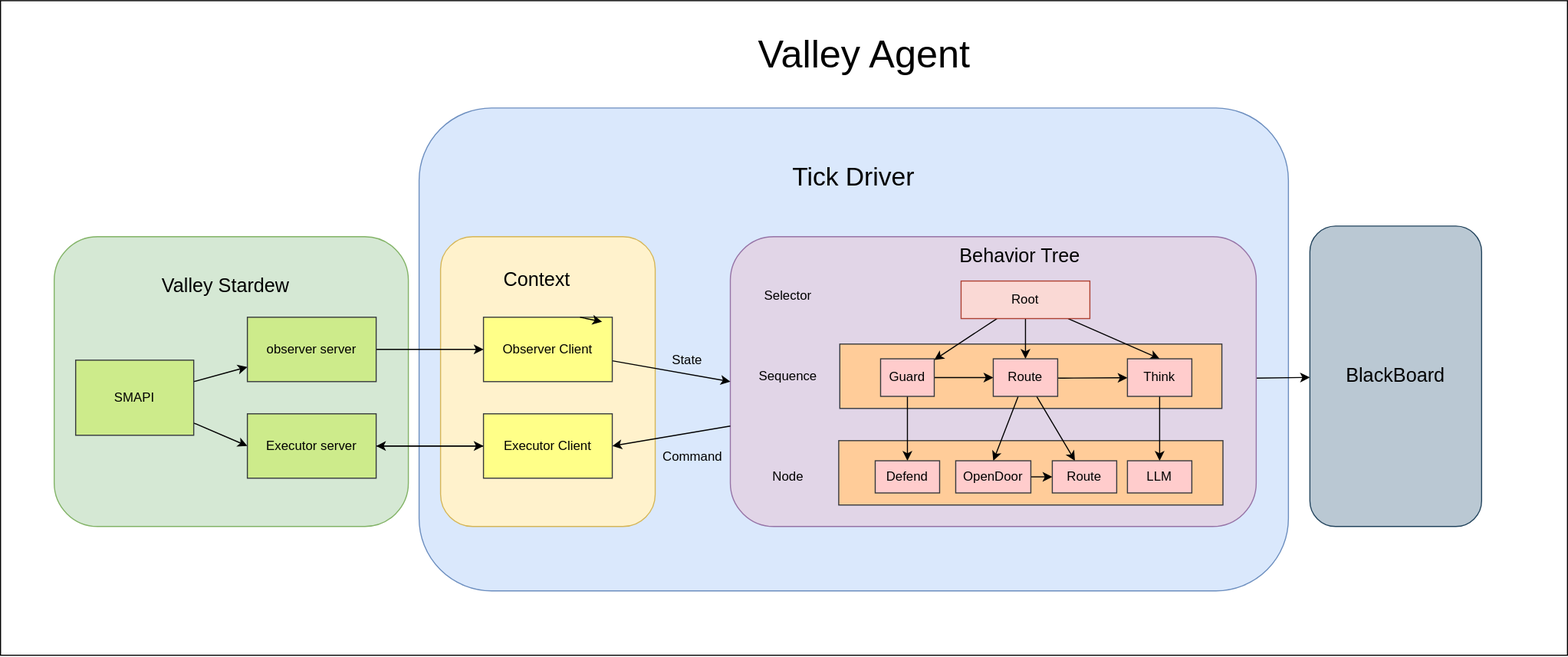
Earlier version of the draw.io export docs/structure.drawio.svg (lct01lct/valley-agent). Source tidied: cells renumbered, new cells last; positions are measured from the earlier drawing's top-left corner, leaving out a move shared by most shapes. Its diagram source:
```xml
<mxGraphModel>
  <root>
    <mxCell id="0" />
    <mxCell id="1" parent="0" />
    <mxCell id="2" style="rounded=0;whiteSpace=wrap;html=1;" parent="1" vertex="1">
      <mxGeometry width="1460" height="610" as="geometry" />
    </mxCell>
    <mxCell id="3" style="rounded=1;whiteSpace=wrap;html=1;fillColor=#dae8fc;strokeColor=#6c8ebf;" parent="1" vertex="1">
      <mxGeometry x="390" y="100" width="810" height="450" as="geometry" />
    </mxCell>
    <mxCell id="4" style="rounded=1;whiteSpace=wrap;html=1;fillColor=#d5e8d4;strokeColor=#82b366;" parent="1" vertex="1">
      <mxGeometry x="50" y="220" width="330" height="270" as="geometry" />
    </mxCell>
    <mxCell id="5" style="html=1;" parent="1" edge="1" source="6" target="11">
      <mxGeometry relative="1" as="geometry" />
    </mxCell>
    <mxCell id="6" style="rounded=1;whiteSpace=wrap;html=1;fillColor=#e1d5e7;strokeColor=#9673a6;" parent="1" vertex="1">
      <mxGeometry x="680" y="220" width="490" height="270" as="geometry" />
    </mxCell>
    <mxCell id="7" style="rounded=1;whiteSpace=wrap;html=1;fillColor=#fff2cc;strokeColor=#d6b656;" parent="1" vertex="1">
      <mxGeometry x="410" y="220" width="200" height="270" as="geometry" />
    </mxCell>
    <mxCell id="8" style="edgeStyle=none;html=1;entryX=0;entryY=0.5;entryDx=0;entryDy=0;" parent="1" edge="1" source="9" target="6">
      <mxGeometry relative="1" as="geometry" />
    </mxCell>
    <mxCell id="9" value="Observer Client" style="rounded=0;whiteSpace=wrap;html=1;fillColor=#ffff88;strokeColor=#36393d;" parent="1" vertex="1">
      <mxGeometry x="450" y="295" width="120" height="60" as="geometry" />
    </mxCell>
    <mxCell id="10" style="edgeStyle=none;html=1;entryX=1;entryY=0.5;entryDx=0;entryDy=0;" parent="1" edge="1" source="6" target="13">
      <mxGeometry relative="1" as="geometry" />
    </mxCell>
    <mxCell id="11" value="&lt;font style=&quot;font-size: 18px;&quot;&gt;BlackBoard&lt;/font&gt;" style="rounded=1;whiteSpace=wrap;html=1;fillColor=#bac8d3;strokeColor=#23445d;" parent="1" vertex="1">
      <mxGeometry x="1220" y="210" width="160" height="280" as="geometry" />
    </mxCell>
    <mxCell id="12" style="edgeStyle=none;html=1;" parent="1" edge="1" source="13" target="20">
      <mxGeometry relative="1" as="geometry" />
    </mxCell>
    <mxCell id="13" value="Executor Client" style="rounded=0;whiteSpace=wrap;html=1;fillColor=#ffff88;strokeColor=#36393d;" parent="1" vertex="1">
      <mxGeometry x="450" y="385" width="120" height="60" as="geometry" />
    </mxCell>
    <mxCell id="14" style="edgeStyle=none;html=1;" parent="1" edge="1" source="16" target="18">
      <mxGeometry relative="1" as="geometry" />
    </mxCell>
    <mxCell id="15" style="edgeStyle=none;html=1;entryX=0;entryY=0.5;entryDx=0;entryDy=0;" parent="1" edge="1" source="16" target="20">
      <mxGeometry relative="1" as="geometry" />
    </mxCell>
    <mxCell id="16" value="SMAPI&amp;nbsp;" style="rounded=0;whiteSpace=wrap;html=1;fillColor=#cdeb8b;strokeColor=#36393d;" parent="1" vertex="1">
      <mxGeometry x="70" y="335" width="110" height="70" as="geometry" />
    </mxCell>
    <mxCell id="17" style="edgeStyle=none;html=1;" parent="1" edge="1" source="18" target="9">
      <mxGeometry relative="1" as="geometry" />
    </mxCell>
    <mxCell id="18" value="observer server" style="rounded=0;whiteSpace=wrap;html=1;fillColor=#cdeb8b;strokeColor=#36393d;" parent="1" vertex="1">
      <mxGeometry x="230" y="295" width="120" height="60" as="geometry" />
    </mxCell>
    <mxCell id="19" style="edgeStyle=none;html=1;entryX=0;entryY=0.5;entryDx=0;entryDy=0;" parent="1" edge="1" source="20" target="13">
      <mxGeometry relative="1" as="geometry" />
    </mxCell>
    <mxCell id="20" value="Executor server" style="rounded=0;whiteSpace=wrap;html=1;fillColor=#cdeb8b;strokeColor=#36393d;" parent="1" vertex="1">
      <mxGeometry x="230" y="385" width="120" height="60" as="geometry" />
    </mxCell>
    <mxCell id="21" value="&lt;font style=&quot;font-size: 18px;&quot;&gt;Context&lt;/font&gt;" style="text;html=1;align=center;verticalAlign=middle;whiteSpace=wrap;rounded=0;" parent="1" vertex="1">
      <mxGeometry x="470" y="245" width="60" height="30" as="geometry" />
    </mxCell>
    <mxCell id="22" value="State" style="text;html=1;align=center;verticalAlign=middle;whiteSpace=wrap;rounded=0;" parent="1" vertex="1">
      <mxGeometry x="610" y="320" width="60" height="30" as="geometry" />
    </mxCell>
    <mxCell id="23" value="Command" style="text;html=1;align=center;verticalAlign=middle;whiteSpace=wrap;rounded=0;" parent="1" vertex="1">
      <mxGeometry x="620" y="410" width="50" height="30" as="geometry" />
    </mxCell>
    <mxCell id="24" value="&lt;font style=&quot;font-size: 18px;&quot;&gt;Valley Stardew&lt;/font&gt;" style="text;html=1;align=center;verticalAlign=middle;whiteSpace=wrap;rounded=0;" parent="1" vertex="1">
      <mxGeometry x="140" y="251.2" width="140" height="28.8" as="geometry" />
    </mxCell>
    <mxCell id="25" value="Selector" style="text;html=1;align=center;verticalAlign=middle;whiteSpace=wrap;rounded=0;" parent="1" vertex="1">
      <mxGeometry x="704" y="260" width="60" height="30" as="geometry" />
    </mxCell>
    <mxCell id="26" value="Sequence" style="text;html=1;align=center;verticalAlign=middle;whiteSpace=wrap;rounded=0;" parent="1" vertex="1">
      <mxGeometry x="704" y="335" width="60" height="30" as="geometry" />
    </mxCell>
    <mxCell id="27" value="Node" style="text;html=1;align=center;verticalAlign=middle;whiteSpace=wrap;rounded=0;" parent="1" vertex="1">
      <mxGeometry x="704" y="428.8" width="60" height="30" as="geometry" />
    </mxCell>
    <mxCell id="28" style="rounded=0;whiteSpace=wrap;html=1;fillColor=#ffcc99;strokeColor=#36393d;" parent="1" vertex="1">
      <mxGeometry x="782" y="320" width="356" height="60" as="geometry" />
    </mxCell>
    <mxCell id="29" style="rounded=0;whiteSpace=wrap;html=1;fillColor=#ffcc99;strokeColor=#36393d;" parent="1" vertex="1">
      <mxGeometry x="781" y="410" width="358" height="60" as="geometry" />
    </mxCell>
    <mxCell id="30" style="group;" parent="1" vertex="1">
      <mxGeometry x="810" y="251.2" width="300" height="207.5" as="geometry" />
    </mxCell>
    <mxCell id="31" style="edgeStyle=none;html=1;" parent="30" edge="1" source="34" target="37">
      <mxGeometry relative="1" as="geometry" />
    </mxCell>
    <mxCell id="32" style="edgeStyle=none;html=1;entryX=0.5;entryY=0;entryDx=0;entryDy=0;" parent="30" edge="1" source="34" target="43">
      <mxGeometry relative="1" as="geometry" />
    </mxCell>
    <mxCell id="33" style="edgeStyle=none;html=1;" parent="30" edge="1" source="34" target="41">
      <mxGeometry relative="1" as="geometry" />
    </mxCell>
    <mxCell id="34" value="Root" style="rounded=0;whiteSpace=wrap;html=1;fillColor=#fad9d5;strokeColor=#ae4132;" parent="30" vertex="1">
      <mxGeometry x="85" y="10" width="120" height="35" as="geometry" />
    </mxCell>
    <mxCell id="35" style="edgeStyle=none;html=1;" parent="30" edge="1" source="37" target="41">
      <mxGeometry relative="1" as="geometry" />
    </mxCell>
    <mxCell id="36" style="edgeStyle=none;html=1;" parent="30" edge="1" source="37" target="44">
      <mxGeometry relative="1" as="geometry" />
    </mxCell>
    <mxCell id="37" value="Guard" style="rounded=0;whiteSpace=wrap;html=1;fillColor=#ffcccc;strokeColor=#36393d;" parent="30" vertex="1">
      <mxGeometry x="10" y="82.5" width="50" height="35" as="geometry" />
    </mxCell>
    <mxCell id="38" style="edgeStyle=none;html=1;" parent="30" edge="1" source="41" target="43">
      <mxGeometry relative="1" as="geometry">
        <Array as="points">
          <mxPoint x="180" y="100.5" />
        </Array>
      </mxGeometry>
    </mxCell>
    <mxCell id="39" style="edgeStyle=none;html=1;" parent="30" edge="1" source="41" target="47">
      <mxGeometry relative="1" as="geometry" />
    </mxCell>
    <mxCell id="40" style="edgeStyle=none;html=1;entryX=0.5;entryY=0;entryDx=0;entryDy=0;" parent="30" edge="1" source="41" target="46">
      <mxGeometry relative="1" as="geometry" />
    </mxCell>
    <mxCell id="41" value="Route" style="rounded=0;whiteSpace=wrap;html=1;fillColor=#ffcccc;strokeColor=#36393d;" parent="30" vertex="1">
      <mxGeometry x="115" y="82.5" width="60" height="35" as="geometry" />
    </mxCell>
    <mxCell id="42" style="edgeStyle=none;html=1;entryX=0.5;entryY=0;entryDx=0;entryDy=0;" parent="30" edge="1" source="43" target="48">
      <mxGeometry relative="1" as="geometry" />
    </mxCell>
    <mxCell id="43" value="Think" style="rounded=0;whiteSpace=wrap;html=1;fillColor=#ffcccc;strokeColor=#36393d;" parent="30" vertex="1">
      <mxGeometry x="240" y="82.5" width="60" height="35" as="geometry" />
    </mxCell>
    <mxCell id="44" value="Defend" style="rounded=0;whiteSpace=wrap;html=1;fillColor=#ffcccc;strokeColor=#36393d;" parent="30" vertex="1">
      <mxGeometry x="5" y="177.5" width="60" height="30" as="geometry" />
    </mxCell>
    <mxCell id="45" style="edgeStyle=none;html=1;entryX=0;entryY=0.5;entryDx=0;entryDy=0;" parent="30" edge="1" source="46" target="47">
      <mxGeometry relative="1" as="geometry" />
    </mxCell>
    <mxCell id="46" value="OpenDoor" style="rounded=0;whiteSpace=wrap;html=1;fillColor=#ffcccc;strokeColor=#36393d;" parent="30" vertex="1">
      <mxGeometry x="80" y="177.5" width="70" height="30" as="geometry" />
    </mxCell>
    <mxCell id="47" value="Route" style="rounded=0;whiteSpace=wrap;html=1;fillColor=#ffcccc;strokeColor=#36393d;" parent="30" vertex="1">
      <mxGeometry x="170" y="177.5" width="60" height="30" as="geometry" />
    </mxCell>
    <mxCell id="48" value="LLM" style="rounded=0;whiteSpace=wrap;html=1;fillColor=#ffcccc;strokeColor=#36393d;" parent="30" vertex="1">
      <mxGeometry x="240" y="177.5" width="60" height="30" as="geometry" />
    </mxCell>
    <mxCell id="49" value="&lt;font style=&quot;font-size: 18px;&quot;&gt;Behavior Tree&lt;/font&gt;" style="text;html=1;align=center;verticalAlign=middle;whiteSpace=wrap;rounded=0;" parent="1" vertex="1">
      <mxGeometry x="880" y="225.6" width="140" height="25" as="geometry" />
    </mxCell>
    <mxCell id="50" style="edgeStyle=none;html=1;exitX=0.75;exitY=0;exitDx=0;exitDy=0;entryX=0.921;entryY=0.071;entryDx=0;entryDy=0;entryPerimeter=0;" parent="1" edge="1" source="9" target="9">
      <mxGeometry relative="1" as="geometry" />
    </mxCell>
    <mxCell id="51" value="&lt;font style=&quot;font-size: 24px;&quot;&gt;Tick Driver&lt;/font&gt;" style="text;html=1;align=center;verticalAlign=middle;whiteSpace=wrap;rounded=0;" parent="1" vertex="1">
      <mxGeometry x="695" y="130" width="200" height="70" as="geometry" />
    </mxCell>
    <mxCell id="52" value="&lt;font style=&quot;font-size: 36px;&quot;&gt;Valley Agent&lt;/font&gt;" style="text;html=1;align=center;verticalAlign=middle;whiteSpace=wrap;rounded=0;" parent="1" vertex="1">
      <mxGeometry x="680" y="10" width="250" height="80" as="geometry" />
    </mxCell>
  </root>
</mxGraphModel>
```
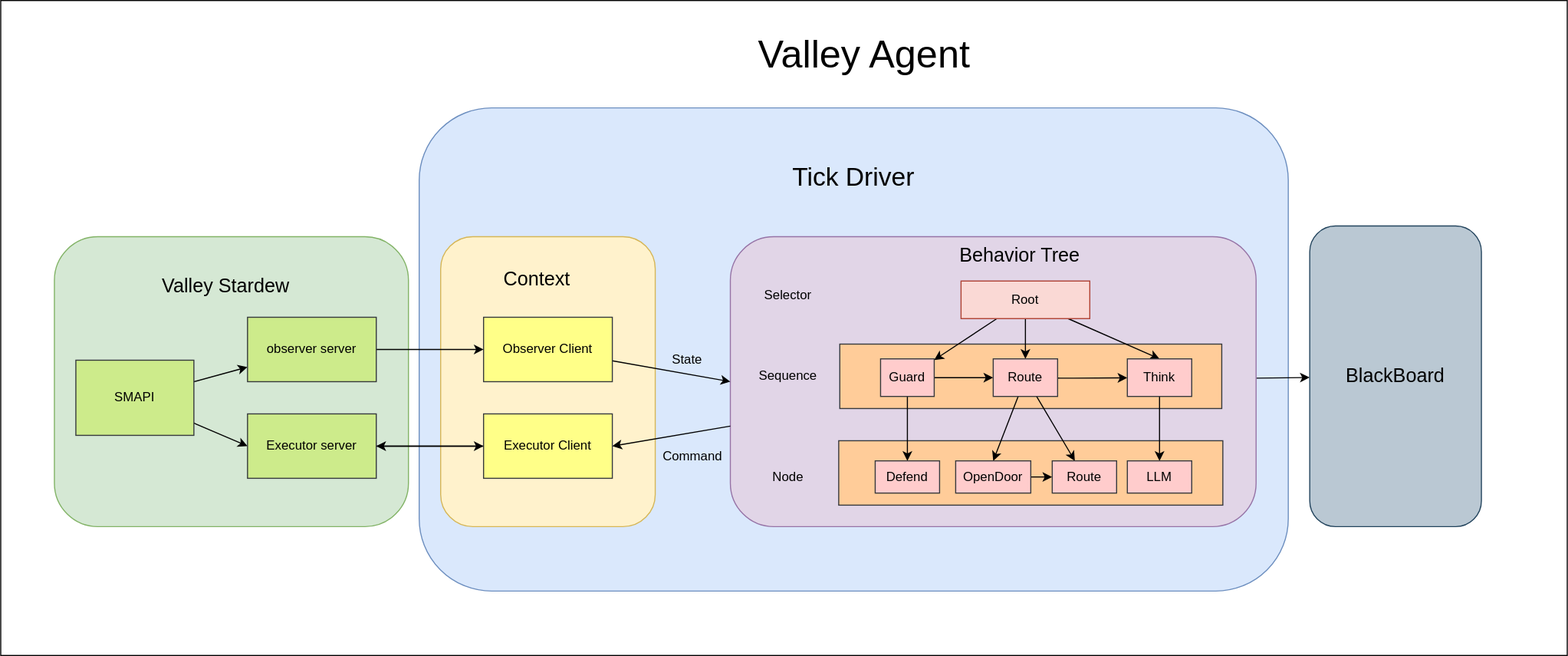
After the commit.

Commit message:
chore(docs): 删除多余的箭头

Diff of the diagram source:
```diff
@@ -150,9 +150,6 @@
     <mxCell id="49" value="&lt;font style=&quot;font-size: 18px;&quot;&gt;Behavior Tree&lt;/font&gt;" style="text;html=1;align=center;verticalAlign=middle;whiteSpace=wrap;rounded=0;" parent="1" vertex="1">
       <mxGeometry x="880" y="225.6" width="140" height="25" as="geometry" />
     </mxCell>
-    <mxCell id="50" style="edgeStyle=none;html=1;exitX=0.75;exitY=0;exitDx=0;exitDy=0;entryX=0.921;entryY=0.071;entryDx=0;entryDy=0;entryPerimeter=0;" parent="1" edge="1" source="9" target="9">
-      <mxGeometry relative="1" as="geometry" />
-    </mxCell>
     <mxCell id="51" value="&lt;font style=&quot;font-size: 24px;&quot;&gt;Tick Driver&lt;/font&gt;" style="text;html=1;align=center;verticalAlign=middle;whiteSpace=wrap;rounded=0;" parent="1" vertex="1">
       <mxGeometry x="695" y="130" width="200" height="70" as="geometry" />
     </mxCell>
```
